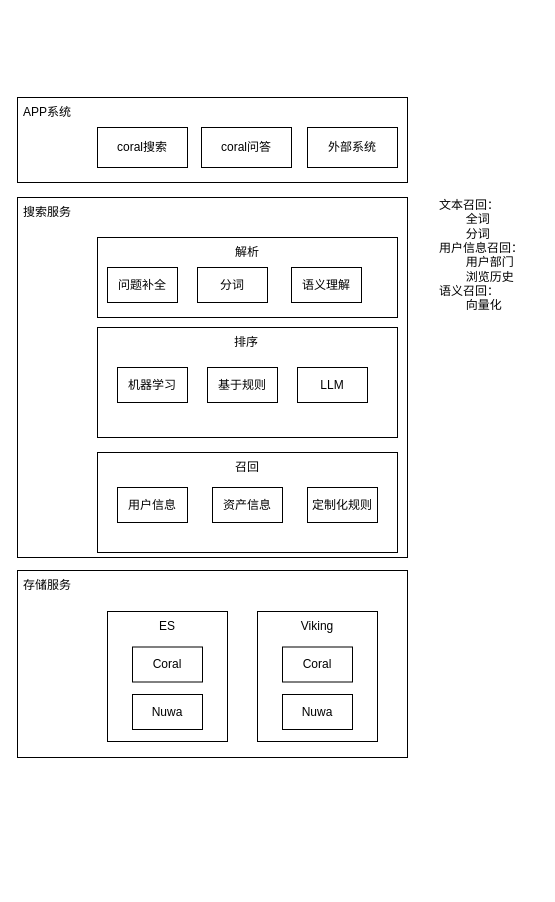
The draw.io diagram llm-搜索新架构.drawio in FlyThroughAir/DrawHere, before the edit. Source tidied: cells renumbered, new cells numbered last; positions are measured from the earlier drawing's top-left corner, leaving out a move shared by most shapes. Both pictures are drawn from the tidied source at 100%, with x=0, y=0 at pixel (17, 97).
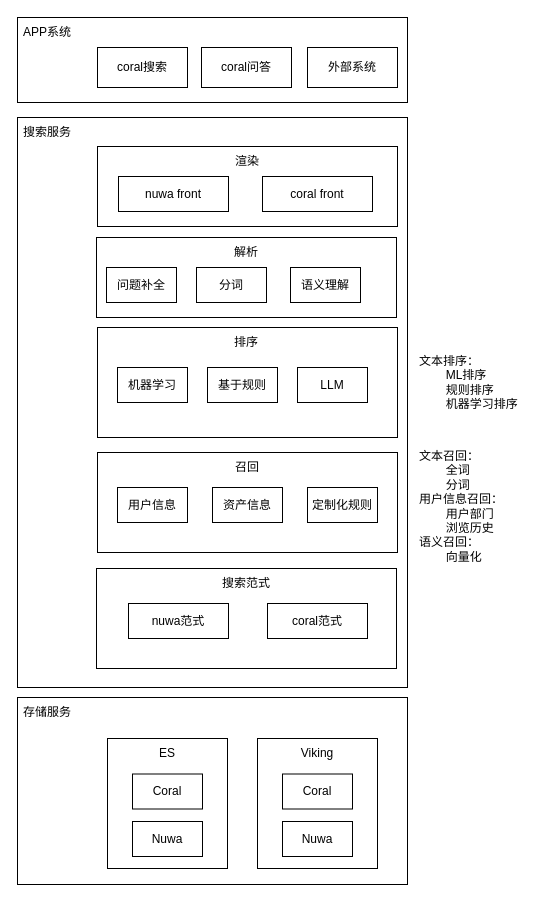
The same page after the edit.

Commit message:
更新llm-搜索新架构.drawio

The edit, as a diff of the source:
```diff
@@
     <mxCell id="2" style="rounded=0;whiteSpace=wrap;html=1;" parent="1" vertex="1">
-      <mxGeometry width="390" height="85" as="geometry" />
+      <mxGeometry y="-80" width="390" height="85" as="geometry" />
     </mxCell>
     <mxCell id="3" style="rounded=0;whiteSpace=wrap;html=1;" parent="1" vertex="1">
-      <mxGeometry y="100" width="390" height="360" as="geometry" />
+      <mxGeometry y="20" width="390" height="570" as="geometry" />
     </mxCell>
@@
     <mxCell id="6" value="coral搜索" style="rounded=0;whiteSpace=wrap;html=1;" parent="1" vertex="1">
-      <mxGeometry x="80" y="30" width="90" height="40" as="geometry" />
+      <mxGeometry x="80" y="-50" width="90" height="40" as="geometry" />
     </mxCell>
     <mxCell id="7" value="coral问答" style="rounded=0;whiteSpace=wrap;html=1;" parent="1" vertex="1">
-      <mxGeometry x="184" y="30" width="90" height="40" as="geometry" />
+      <mxGeometry x="184" y="-50" width="90" height="40" as="geometry" />
     </mxCell>
     <mxCell id="8" value="外部系统" style="rounded=0;whiteSpace=wrap;html=1;" parent="1" vertex="1">
-      <mxGeometry x="290" y="30" width="90" height="40" as="geometry" />
+      <mxGeometry x="290" y="-50" width="90" height="40" as="geometry" />
     </mxCell>
@@
     <mxCell id="11" style="rounded=0;whiteSpace=wrap;html=1;" parent="1" vertex="1">
-      <mxGeometry x="80" y="140" width="300" height="80" as="geometry" />
+      <mxGeometry x="79" y="140" width="300" height="80" as="geometry" />
     </mxCell>
     <mxCell id="12" value="解析" style="text;html=1;align=center;verticalAlign=middle;whiteSpace=wrap;rounded=0;" parent="1" vertex="1">
-      <mxGeometry x="200" y="140" width="60" height="30" as="geometry" />
+      <mxGeometry x="199" y="140" width="60" height="30" as="geometry" />
     </mxCell>
@@
-    <mxCell id="18" value="&lt;div&gt;文本召回：&lt;/div&gt;&lt;div&gt;&lt;span style=&quot;white-space: pre;&quot;&gt;&#9;&lt;/span&gt;全词&lt;/div&gt;&lt;div&gt;&lt;span style=&quot;white-space: pre;&quot;&gt;&#9;&lt;/span&gt;分词&lt;br&gt;&lt;/div&gt;&lt;div&gt;用户信息召回：&lt;/div&gt;&lt;span style=&quot;white-space: pre;&quot;&gt;&#9;&lt;/span&gt;用户部门&lt;div&gt;&lt;span style=&quot;white-space: pre;&quot;&gt;&#9;&lt;/span&gt;浏览历史&lt;/div&gt;&lt;div&gt;语义召回：&lt;/div&gt;&lt;div&gt;&lt;span style=&quot;white-space: pre;&quot;&gt;&#9;&lt;/span&gt;向量化&lt;br&gt;&lt;/div&gt;&lt;div&gt;&lt;br&gt;&lt;/div&gt;" style="text;html=1;align=left;verticalAlign=middle;whiteSpace=wrap;rounded=0;" parent="1" vertex="1">
-      <mxGeometry x="420" y="100" width="100" height="130" as="geometry" />
+    <mxCell id="18" value="&lt;div&gt;文本召回：&lt;/div&gt;&lt;div&gt;&lt;span style=&quot;white-space: pre;&quot;&gt;&#9;&lt;/span&gt;全词&lt;/div&gt;&lt;div&gt;&lt;span style=&quot;white-space: pre;&quot;&gt;&#9;&lt;/span&gt;分词&lt;br&gt;&lt;/div&gt;&lt;div&gt;用户信息召回：&lt;/div&gt;&lt;span style=&quot;white-space: pre;&quot;&gt;&#9;&lt;/span&gt;用户部门&lt;div&gt;&lt;span style=&quot;white-space: pre;&quot;&gt;&#9;&lt;/span&gt;浏览历史&lt;/div&gt;&lt;div&gt;语义召回：&lt;/div&gt;&lt;div&gt;&lt;span style=&quot;white-space: pre;&quot;&gt;&#9;&lt;/span&gt;向量化&lt;/div&gt;" style="text;html=1;align=left;verticalAlign=middle;whiteSpace=wrap;rounded=0;" parent="1" vertex="1">
+      <mxGeometry x="400" y="344" width="110" height="130" as="geometry" />
     </mxCell>
@@
     <mxCell id="20" value="问题补全" style="rounded=0;whiteSpace=wrap;html=1;" parent="1" vertex="1">
-      <mxGeometry x="90" y="170" width="70" height="35" as="geometry" />
+      <mxGeometry x="89" y="170" width="70" height="35" as="geometry" />
     </mxCell>
     <mxCell id="21" value="分词" style="rounded=0;whiteSpace=wrap;html=1;" parent="1" vertex="1">
-      <mxGeometry x="180" y="170" width="70" height="35" as="geometry" />
+      <mxGeometry x="179" y="170" width="70" height="35" as="geometry" />
     </mxCell>
     <mxCell id="22" value="语义理解" style="rounded=0;whiteSpace=wrap;html=1;" parent="1" vertex="1">
-      <mxGeometry x="274" y="170" width="70" height="35" as="geometry" />
+      <mxGeometry x="273" y="170" width="70" height="35" as="geometry" />
     </mxCell>
     <mxCell id="23" style="rounded=0;whiteSpace=wrap;html=1;" parent="1" vertex="1">
-      <mxGeometry y="473" width="390" height="187" as="geometry" />
+      <mxGeometry y="600" width="390" height="187" as="geometry" />
     </mxCell>
     <mxCell id="24" style="rounded=0;whiteSpace=wrap;html=1;" parent="1" vertex="1">
-      <mxGeometry x="90" y="514" width="120" height="130" as="geometry" />
+      <mxGeometry x="90" y="641" width="120" height="130" as="geometry" />
     </mxCell>
     <mxCell id="25" style="rounded=0;whiteSpace=wrap;html=1;" parent="1" vertex="1">
-      <mxGeometry x="240" y="514" width="120" height="130" as="geometry" />
+      <mxGeometry x="240" y="641" width="120" height="130" as="geometry" />
     </mxCell>
     <mxCell id="26" value="Coral" style="rounded=0;whiteSpace=wrap;html=1;" parent="1" vertex="1">
-      <mxGeometry x="115" y="549.5" width="70" height="35" as="geometry" />
+      <mxGeometry x="115" y="676.5" width="70" height="35" as="geometry" />
     </mxCell>
     <mxCell id="27" value="Coral" style="rounded=0;whiteSpace=wrap;html=1;" parent="1" vertex="1">
-      <mxGeometry x="265" y="549.5" width="70" height="35" as="geometry" />
+      <mxGeometry x="265" y="676.5" width="70" height="35" as="geometry" />
     </mxCell>
     <mxCell id="28" value="Nuwa" style="rounded=0;whiteSpace=wrap;html=1;" parent="1" vertex="1">
-      <mxGeometry x="115" y="597" width="70" height="35" as="geometry" />
+      <mxGeometry x="115" y="724" width="70" height="35" as="geometry" />
     </mxCell>
     <mxCell id="29" value="Nuwa" style="rounded=0;whiteSpace=wrap;html=1;" parent="1" vertex="1">
-      <mxGeometry x="265" y="597" width="70" height="35" as="geometry" />
+      <mxGeometry x="265" y="724" width="70" height="35" as="geometry" />
     </mxCell>
     <mxCell id="30" value="ES" style="text;html=1;align=center;verticalAlign=middle;whiteSpace=wrap;rounded=0;" parent="1" vertex="1">
-      <mxGeometry x="120" y="514" width="60" height="30" as="geometry" />
+      <mxGeometry x="120" y="641" width="60" height="30" as="geometry" />
     </mxCell>
     <mxCell id="31" value="Viking" style="text;html=1;align=center;verticalAlign=middle;whiteSpace=wrap;rounded=0;" parent="1" vertex="1">
-      <mxGeometry x="270" y="514" width="60" height="30" as="geometry" />
+      <mxGeometry x="270" y="641" width="60" height="30" as="geometry" />
     </mxCell>
     <mxCell id="32" value="存储服务" style="text;html=1;align=center;verticalAlign=middle;whiteSpace=wrap;rounded=0;" parent="1" vertex="1">
-      <mxGeometry y="473" width="60" height="30" as="geometry" />
+      <mxGeometry y="600" width="60" height="30" as="geometry" />
     </mxCell>
     <mxCell id="33" value="搜索服务" style="text;html=1;align=center;verticalAlign=middle;whiteSpace=wrap;rounded=0;" parent="1" vertex="1">
-      <mxGeometry y="100" width="60" height="30" as="geometry" />
+      <mxGeometry y="20" width="60" height="30" as="geometry" />
     </mxCell>
     <mxCell id="34" value="APP系统" style="text;html=1;align=center;verticalAlign=middle;whiteSpace=wrap;rounded=0;" parent="1" vertex="1">
-      <mxGeometry width="60" height="30" as="geometry" />
+      <mxGeometry y="-80" width="60" height="30" as="geometry" />
     </mxCell>
+    <mxCell id="35" value="&lt;div&gt;文本排序：&lt;/div&gt;&lt;div&gt;&lt;span style=&quot;white-space: pre;&quot;&gt;&#9;&lt;/span&gt;ML排序&lt;/div&gt;&lt;div&gt;&lt;span style=&quot;white-space: pre;&quot;&gt;&#9;&lt;/span&gt;规则排序&lt;br&gt;&lt;/div&gt;&lt;div&gt;&lt;span style=&quot;white-space: pre;&quot;&gt;&#9;&lt;/span&gt;机器学习排序&lt;br&gt;&lt;/div&gt;" style="text;html=1;align=left;verticalAlign=middle;whiteSpace=wrap;rounded=0;" parent="1" vertex="1">
+      <mxGeometry x="400" y="245" width="110" height="80" as="geometry" />
+    </mxCell>
+    <mxCell id="36" style="rounded=0;whiteSpace=wrap;html=1;" parent="1" vertex="1">
+      <mxGeometry x="79" y="471" width="300" height="100" as="geometry" />
+    </mxCell>
+    <mxCell id="37" value="搜索范式" style="text;html=1;align=center;verticalAlign=middle;whiteSpace=wrap;rounded=0;" parent="1" vertex="1">
+      <mxGeometry x="199" y="471" width="60" height="30" as="geometry" />
+    </mxCell>
+    <mxCell id="38" value="nuwa范式" style="rounded=0;whiteSpace=wrap;html=1;" parent="1" vertex="1">
+      <mxGeometry x="111" y="506" width="100" height="35" as="geometry" />
+    </mxCell>
+    <mxCell id="39" value="coral范式" style="rounded=0;whiteSpace=wrap;html=1;" parent="1" vertex="1">
+      <mxGeometry x="250" y="506" width="100" height="35" as="geometry" />
+    </mxCell>
+    <mxCell id="40" style="rounded=0;whiteSpace=wrap;html=1;" parent="1" vertex="1">
+      <mxGeometry x="80" y="49" width="300" height="80" as="geometry" />
+    </mxCell>
+    <mxCell id="41" value="渲染" style="text;html=1;align=center;verticalAlign=middle;whiteSpace=wrap;rounded=0;" parent="1" vertex="1">
+      <mxGeometry x="200" y="49" width="60" height="30" as="geometry" />
+    </mxCell>
+    <mxCell id="42" value="nuwa front" style="rounded=0;whiteSpace=wrap;html=1;" parent="1" vertex="1">
+      <mxGeometry x="101" y="79" width="110" height="35" as="geometry" />
+    </mxCell>
+    <mxCell id="43" value="coral front" style="rounded=0;whiteSpace=wrap;html=1;" parent="1" vertex="1">
+      <mxGeometry x="245" y="79" width="110" height="35" as="geometry" />
+    </mxCell>
```
